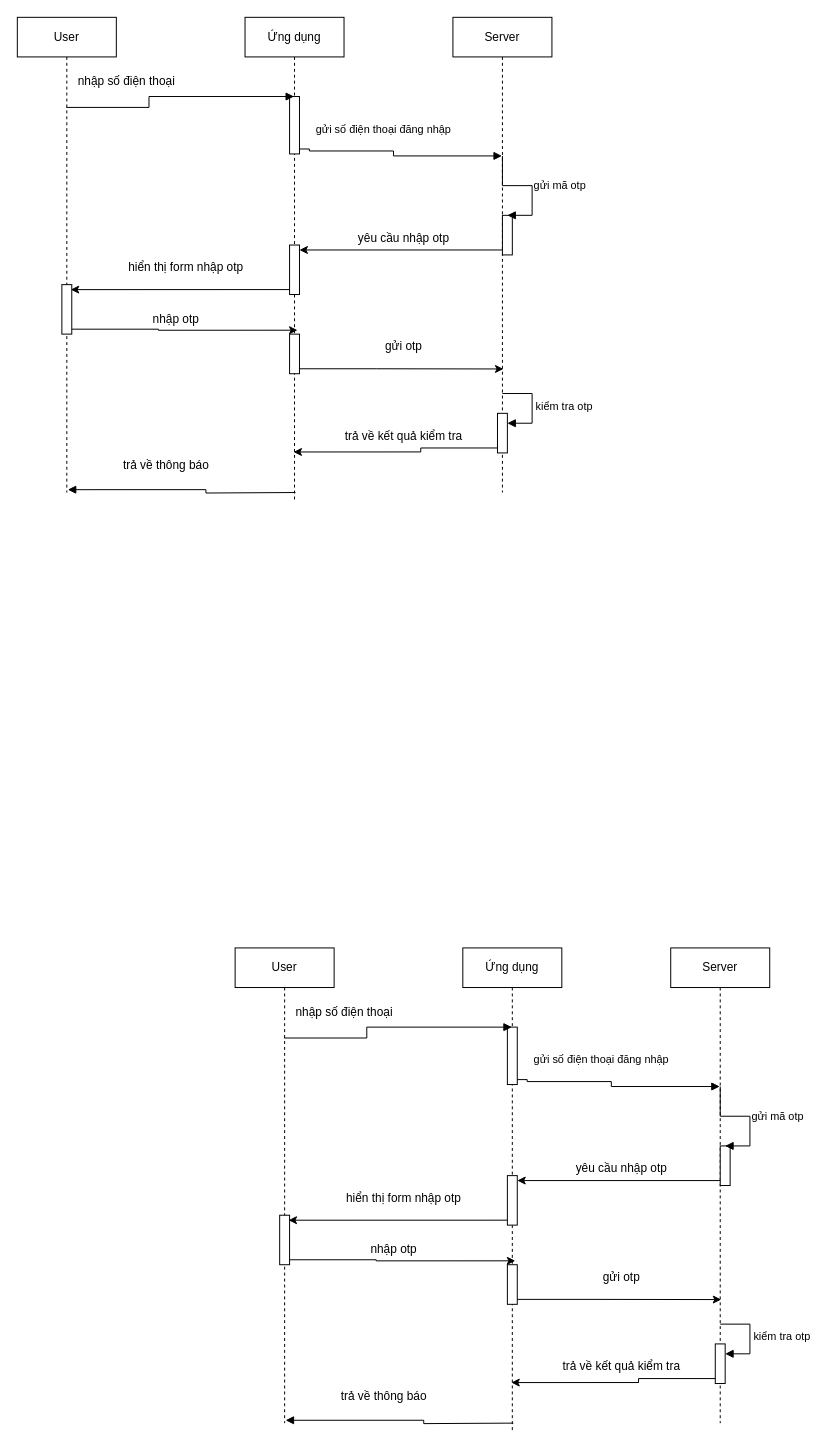
The draw.io diagram bieu do tuan tu smart-waller.drawio in leehoang21/uml, before the edit. Source tidied: cells renumbered, new cells numbered last; positions are measured from the earlier drawing's top-left corner, leaving out a move shared by most shapes. Both pictures are drawn from the tidied source at 99%, with x=0, y=0 at pixel (17, 17).
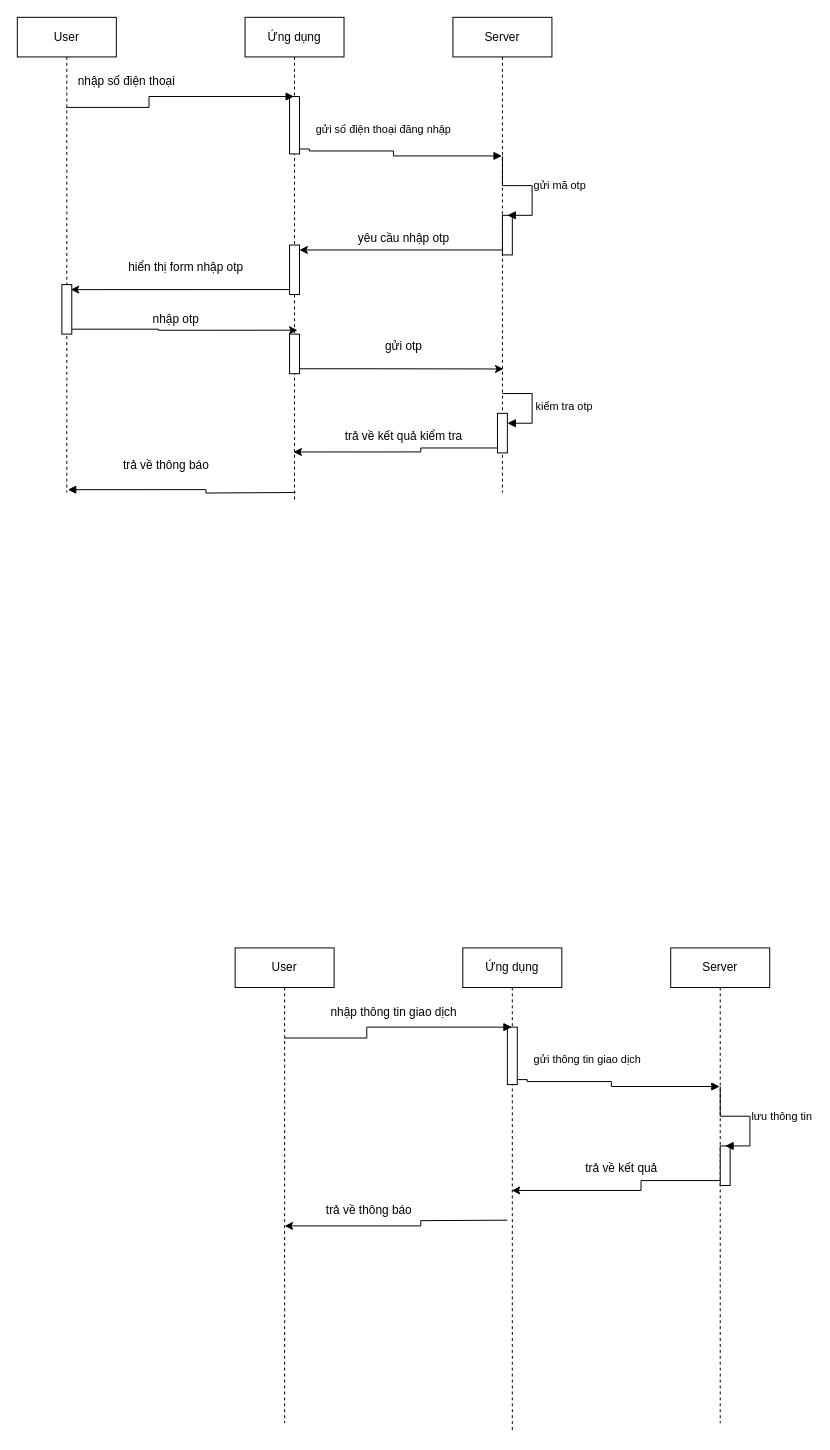
Above is the later version.

The change refers to these unchanged cells:
```xml
<mxCell id="29" value="User" style="shape=umlLifeline;perimeter=lifelinePerimeter;whiteSpace=wrap;html=1;outlineConnect=0;portConstraint=eastwest;newEdgeStyle={&quot;curved&quot;:0,&quot;rounded&quot;:0};" parent="1" vertex="1">
  <mxGeometry x="220" y="940" width="100" height="480" as="geometry" />
</mxCell>
<mxCell id="31" value="Ứng dụng" style="shape=umlLifeline;perimeter=lifelinePerimeter;whiteSpace=wrap;html=1;outlineConnect=0;portConstraint=eastwest;newEdgeStyle={&quot;curved&quot;:0,&quot;rounded&quot;:0};" parent="1" vertex="1">
  <mxGeometry x="450" y="940" width="100" height="490" as="geometry" />
</mxCell>
<mxCell id="35" value="Server" style="shape=umlLifeline;perimeter=lifelinePerimeter;whiteSpace=wrap;html=1;outlineConnect=0;portConstraint=eastwest;newEdgeStyle={&quot;curved&quot;:0,&quot;rounded&quot;:0};" parent="1" vertex="1">
  <mxGeometry x="660" y="940" width="100" height="480" as="geometry" />
</mxCell>
<mxCell id="36" style="html=1;points=[[0,0,0,0,5],[0,1,0,0,-5],[1,0,0,0,5],[1,1,0,0,-5]];perimeter=orthogonalPerimeter;outlineConnect=0;targetShapes=umlLifeline;portConstraint=eastwest;newEdgeStyle={&quot;curved&quot;:0,&quot;rounded&quot;:0};" parent="35" vertex="1">
  <mxGeometry x="50" y="200" width="10" height="40" as="geometry" />
</mxCell>
<mxCell id="39" style="endArrow=block;endFill=1;html=1;edgeStyle=orthogonalEdgeStyle;align=left;verticalAlign=top;rounded=0;" parent="1" edge="1" source="29" target="31">
  <mxGeometry x="-1" relative="1" as="geometry">
    <Array as="points">
      <mxPoint x="353" y="1031" />
      <mxPoint x="353" y="1020" />
    </Array>
  </mxGeometry>
</mxCell>
```

Diff of the diagram source:
```diff
@@
-    <mxCell id="30" style="html=1;points=[[0,0,0,0,5],[0,1,0,0,-5],[1,0,0,0,5],[1,1,0,0,-5]];perimeter=orthogonalPerimeter;outlineConnect=0;targetShapes=umlLifeline;portConstraint=eastwest;newEdgeStyle={&quot;curved&quot;:0,&quot;rounded&quot;:0};" parent="29" vertex="1">
-      <mxGeometry x="45" y="270" width="10" height="50" as="geometry" />
-    </mxCell>
@@
-    <mxCell id="33" style="html=1;points=[[0,0,0,0,5],[0,1,0,0,-5],[1,0,0,0,5],[1,1,0,0,-5]];perimeter=orthogonalPerimeter;outlineConnect=0;targetShapes=umlLifeline;portConstraint=eastwest;newEdgeStyle={&quot;curved&quot;:0,&quot;rounded&quot;:0};" parent="31" vertex="1">
-      <mxGeometry x="45" y="230" width="10" height="50" as="geometry" />
-    </mxCell>
-    <mxCell id="34" style="html=1;points=[[0,0,0,0,5],[0,1,0,0,-5],[1,0,0,0,5],[1,1,0,0,-5]];perimeter=orthogonalPerimeter;outlineConnect=0;targetShapes=umlLifeline;portConstraint=eastwest;newEdgeStyle={&quot;curved&quot;:0,&quot;rounded&quot;:0};" parent="31" vertex="1">
-      <mxGeometry x="45" y="320" width="10" height="40" as="geometry" />
-    </mxCell>
@@
-    <mxCell id="37" style="html=1;points=[[0,0,0,0,5],[0,1,0,0,-5],[1,0,0,0,5],[1,1,0,0,-5]];perimeter=orthogonalPerimeter;outlineConnect=0;targetShapes=umlLifeline;portConstraint=eastwest;newEdgeStyle={&quot;curved&quot;:0,&quot;rounded&quot;:0};" parent="35" vertex="1">
-      <mxGeometry x="45" y="400" width="10" height="40" as="geometry" />
-    </mxCell>
-    <mxCell id="38" value="kiểm tra otp" style="html=1;align=left;spacingLeft=2;endArrow=block;rounded=0;edgeStyle=orthogonalEdgeStyle;curved=0;rounded=0;" parent="35" edge="1" target="37">
-      <mxGeometry relative="1" as="geometry">
-        <mxPoint x="50" y="380" as="sourcePoint" />
-        <Array as="points">
-          <mxPoint x="80" y="410" />
-        </Array>
-      </mxGeometry>
-    </mxCell>
@@
-    <mxCell id="40" value="gửi số điện thoại đăng nhập" style="edgeLabel;html=1;align=left;verticalAlign=bottom;" parent="39" vertex="1">
+    <mxCell id="40" value="gửi thông tin giao dịch" style="edgeLabel;html=1;align=left;verticalAlign=bottom;" parent="39" vertex="1">
       <mxGeometry x="-1" relative="1" as="geometry">
         <mxPoint x="250" y="30" as="offset" />
       </mxGeometry>
     </mxCell>
-    <mxCell id="41" value="nhập số điện thoại" style="text;html=1;align=center;verticalAlign=middle;strokeColor=none;fillColor=none;" parent="1" vertex="1">
-      <mxGeometry x="270" y="990" width="120" height="30" as="geometry" />
+    <mxCell id="41" value="nhập thông tin giao dịch" style="text;html=1;align=center;verticalAlign=middle;strokeColor=none;fillColor=none;" parent="1" vertex="1">
+      <mxGeometry x="305" y="990" width="150" height="30" as="geometry" />
     </mxCell>
@@
-    <mxCell id="43" value="gửi mã otp" style="html=1;align=left;spacingLeft=2;endArrow=block;rounded=0;edgeStyle=orthogonalEdgeStyle;curved=0;rounded=0;" parent="1" edge="1">
+    <mxCell id="43" value="lưu thông tin" style="html=1;align=left;spacingLeft=2;endArrow=block;rounded=0;edgeStyle=orthogonalEdgeStyle;curved=0;rounded=0;" parent="1" edge="1">
       <mxGeometry relative="1" as="geometry">
         <mxPoint x="710" y="1080" as="sourcePoint" />
         <mxPoint x="715" y="1140" as="targetPoint" />
         <Array as="points">
           <mxPoint x="740" y="1110" />
         </Array>
       </mxGeometry>
     </mxCell>
-    <mxCell id="44" style="edgeStyle=orthogonalEdgeStyle;rounded=0;jettySize=auto;html=1;curved=0;exitX=0;exitY=1;exitDx=0;exitDy=-5;exitPerimeter=0;entryX=1;entryY=0;entryDx=0;entryDy=5;entryPerimeter=0;" parent="1" edge="1" source="36" target="33">
+    <mxCell id="44" style="edgeStyle=orthogonalEdgeStyle;rounded=0;jettySize=auto;html=1;curved=0;exitX=0;exitY=1;exitDx=0;exitDy=-5;exitPerimeter=0;" parent="1" edge="1" source="36" target="31">
       <mxGeometry relative="1" as="geometry" />
     </mxCell>
-    <mxCell id="45" value="yêu cầu nhập otp" style="text;html=1;align=center;verticalAlign=middle;strokeColor=none;fillColor=none;" parent="1" vertex="1">
-      <mxGeometry x="550" y="1148" width="120" height="30" as="geometry" />
+    <mxCell id="45" value="trả về kết quả" style="text;html=1;align=center;verticalAlign=middle;strokeColor=none;fillColor=none;" parent="1" vertex="1">
+      <mxGeometry x="560" y="1148" width="100" height="30" as="geometry" />
     </mxCell>
-    <mxCell id="46" style="edgeStyle=orthogonalEdgeStyle;rounded=0;jettySize=auto;html=1;curved=0;exitX=0;exitY=1;exitDx=0;exitDy=-5;exitPerimeter=0;entryX=0.54;entryY=0.573;entryDx=0;entryDy=0;entryPerimeter=0;" parent="1" edge="1" source="33" target="29">
-      <mxGeometry relative="1" as="geometry" />
+    <mxCell id="46" style="edgeStyle=orthogonalEdgeStyle;rounded=0;jettySize=auto;html=1;curved=0;exitX=0;exitY=1;exitDx=0;exitDy=-5;exitPerimeter=0;entryX=0.5;entryY=0.585;entryDx=0;entryDy=0;entryPerimeter=0;" parent="1" edge="1" target="29">
+      <mxGeometry relative="1" as="geometry">
+        <mxPoint x="495" y="1215" as="sourcePoint" />
+      </mxGeometry>
     </mxCell>
-    <mxCell id="47" value="hiển thị form nhập otp" style="text;html=1;align=center;verticalAlign=middle;strokeColor=none;fillColor=none;" parent="1" vertex="1">
-      <mxGeometry x="320" y="1178" width="140" height="30" as="geometry" />
+    <mxCell id="47" value="trả về thông báo" style="text;html=1;align=center;verticalAlign=middle;strokeColor=none;fillColor=none;" parent="1" vertex="1">
+      <mxGeometry x="300" y="1190" width="110" height="30" as="geometry" />
     </mxCell>
-    <mxCell id="48" style="edgeStyle=orthogonalEdgeStyle;rounded=0;jettySize=auto;html=1;curved=0;exitX=1;exitY=1;exitDx=0;exitDy=-5;exitPerimeter=0;entryX=0.53;entryY=0.645;entryDx=0;entryDy=0;entryPerimeter=0;" parent="1" edge="1" source="30" target="31">
-      <mxGeometry relative="1" as="geometry" />
-    </mxCell>
-    <mxCell id="49" value="nhập otp" style="text;html=1;align=center;verticalAlign=middle;strokeColor=none;fillColor=none;" parent="1" vertex="1">
-      <mxGeometry x="345" y="1230" width="70" height="30" as="geometry" />
-    </mxCell>
-    <mxCell id="50" style="edgeStyle=orthogonalEdgeStyle;rounded=0;jettySize=auto;html=1;curved=0;exitX=1;exitY=1;exitDx=0;exitDy=-5;exitPerimeter=0;entryX=0.51;entryY=0.74;entryDx=0;entryDy=0;entryPerimeter=0;" parent="1" edge="1" source="34" target="35">
-      <mxGeometry relative="1" as="geometry" />
-    </mxCell>
-    <mxCell id="51" value="gửi otp" style="text;html=1;align=center;verticalAlign=middle;strokeColor=none;fillColor=none;" parent="1" vertex="1">
-      <mxGeometry x="580" y="1258" width="60" height="30" as="geometry" />
-    </mxCell>
-    <mxCell id="52" style="edgeStyle=orthogonalEdgeStyle;rounded=0;jettySize=auto;html=1;curved=0;exitX=0;exitY=1;exitDx=0;exitDy=-5;exitPerimeter=0;entryX=0.49;entryY=0.896;entryDx=0;entryDy=0;entryPerimeter=0;" parent="1" edge="1" source="37" target="31">
-      <mxGeometry relative="1" as="geometry" />
-    </mxCell>
-    <mxCell id="53" value="trả về kết quả kiểm tra" style="text;html=1;align=center;verticalAlign=middle;strokeColor=none;fillColor=none;" parent="1" vertex="1">
-      <mxGeometry x="540" y="1348" width="140" height="30" as="geometry" />
-    </mxCell>
-    <mxCell id="54" style="endArrow=block;endFill=1;html=1;edgeStyle=orthogonalEdgeStyle;align=left;verticalAlign=top;rounded=0;entryX=0.51;entryY=0.994;entryDx=0;entryDy=0;entryPerimeter=0;" parent="1" edge="1" target="29">
-      <mxGeometry x="-1" relative="1" as="geometry">
-        <mxPoint x="501" y="1420" as="sourcePoint" />
-      </mxGeometry>
-    </mxCell>
-    <mxCell id="55" value="trả về thông báo" style="text;html=1;align=center;verticalAlign=middle;strokeColor=none;fillColor=none;" parent="1" vertex="1">
-      <mxGeometry x="315" y="1378" width="110" height="30" as="geometry" />
-    </mxCell>
```
